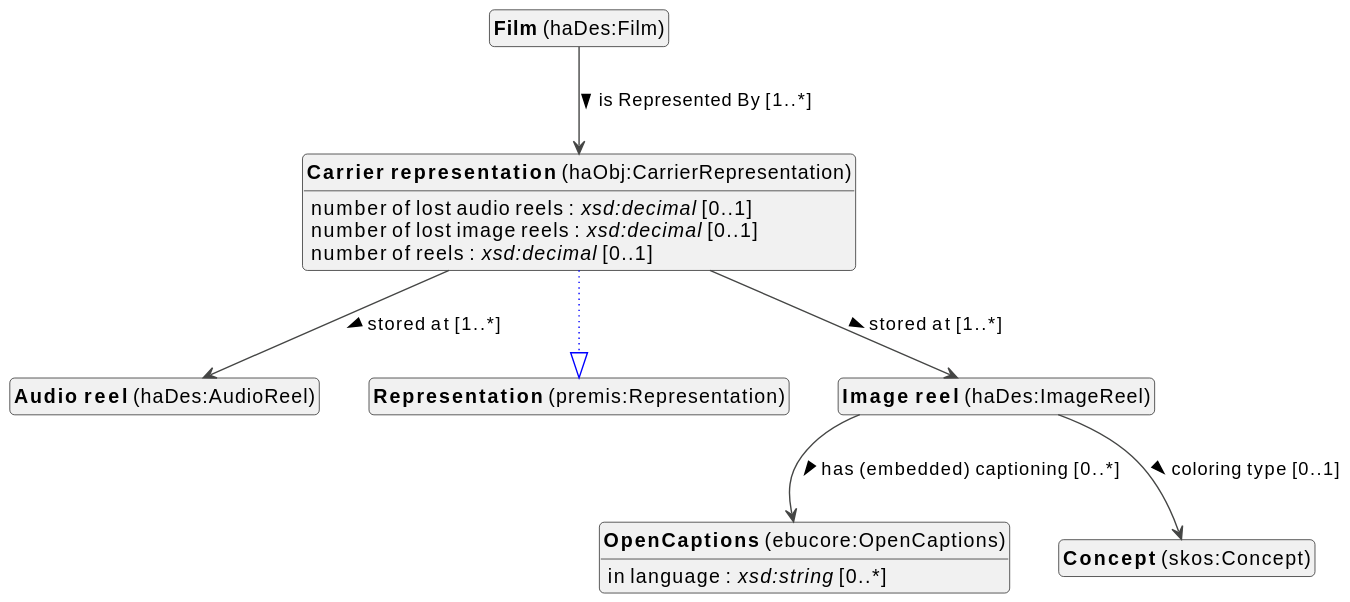
viaacode/documentation-jekyll keeps this PlantUML diagram as docs/metadata/knowledge-graph/0.0.1/film/en/film-diagram.svg. Above is the earlier version.
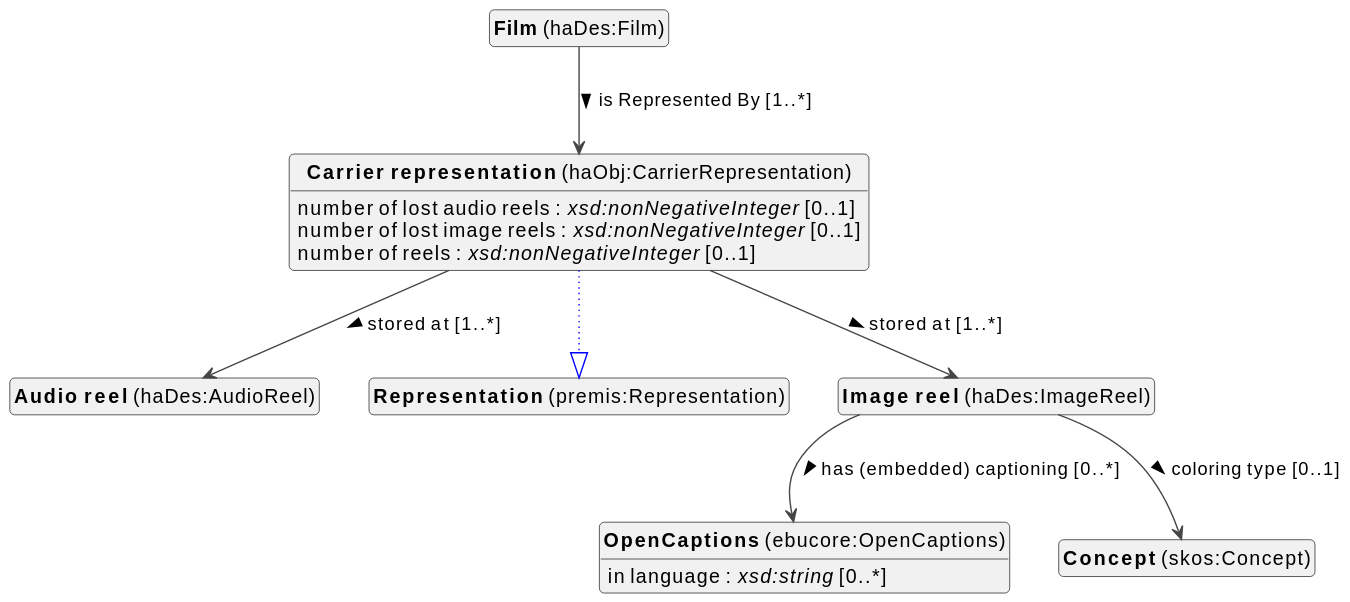
Later version of the same file.

What changed in the source:
```diff
@@ -26,9 +26,9 @@
 
 haObj_CarrierRepresentation --|> premis_Representation #blue;line.dotted;text:blue
 
-haObj_CarrierRepresentation : number of lost audio reels : <i>xsd:decimal</i> [0..1]
-haObj_CarrierRepresentation : number of lost image reels : <i>xsd:decimal</i> [0..1]
-haObj_CarrierRepresentation : number of reels : <i>xsd:decimal</i> [0..1]
+haObj_CarrierRepresentation : number of lost audio reels : <i>xsd:nonNegativeInteger</i> [0..1]
+haObj_CarrierRepresentation : number of lost image reels : <i>xsd:nonNegativeInteger</i> [0..1]
+haObj_CarrierRepresentation : number of reels : <i>xsd:nonNegativeInteger</i> [0..1]
 haObj_CarrierRepresentation --> haDes_AudioReel :stored at [1..*]  >
 haObj_CarrierRepresentation --> haDes_ImageReel :stored at [1..*]  >
 
```
